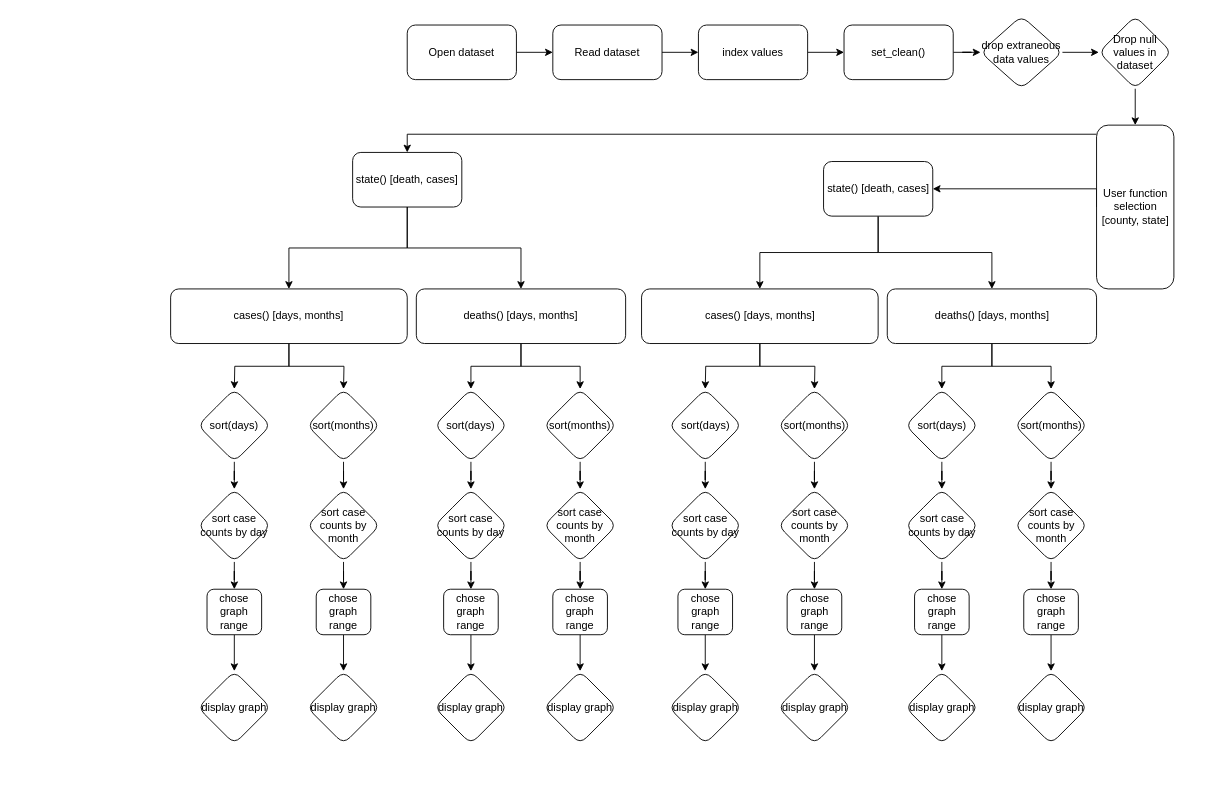
The draw.io diagram Project Flowchart.drawio in burgermanBrown/INST126_Project4_COVID_Tracker, before the edit. Source tidied: cells renumbered, new cells numbered last; positions are measured from the earlier drawing's top-left corner, leaving out a move shared by most shapes. Both pictures are drawn from the tidied source at 91%, with x=0, y=0 at pixel (170, 15).
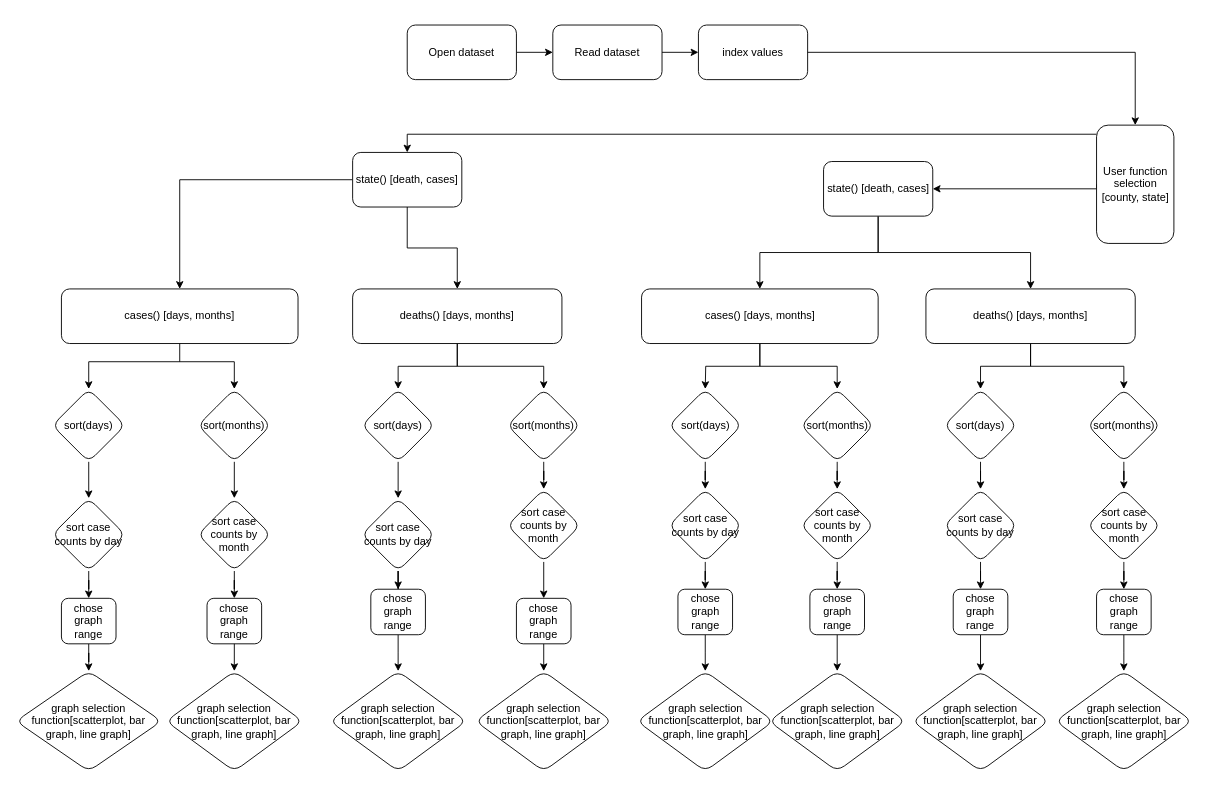
After the change.

The change refers to these unchanged cells:
```xml
<mxCell id="7" value="index values" style="whiteSpace=wrap;html=1;rounded=1;" parent="1" vertex="1">
  <mxGeometry x="580" y="10" width="120" height="60" as="geometry" />
</mxCell>
<mxCell id="56" value="cases() [days, months]" style="whiteSpace=wrap;html=1;rounded=1;" parent="1" vertex="1">
  <mxGeometry x="517.5" y="300" width="260" height="60" as="geometry" />
</mxCell>
<mxCell id="65" value="chose graph range" style="whiteSpace=wrap;html=1;rounded=1;" parent="1" vertex="1">
  <mxGeometry x="557.5" y="630" width="60" height="50" as="geometry" />
</mxCell>
```

Change to the diagram source:
```diff
@@
-    <mxCell id="6" style="edgeStyle=orthogonalEdgeStyle;rounded=0;jettySize=auto;html=1;" parent="1" edge="1" source="7" target="9">
-      <mxGeometry relative="1" as="geometry" />
-    </mxCell>
@@
-    <mxCell id="8" style="edgeStyle=orthogonalEdgeStyle;rounded=0;jettySize=auto;html=1;" parent="1" edge="1" source="9" target="11">
-      <mxGeometry relative="1" as="geometry" />
-    </mxCell>
-    <mxCell id="9" value="set_clean()" style="whiteSpace=wrap;html=1;rounded=1;" parent="1" vertex="1">
-      <mxGeometry x="740" y="10" width="120" height="60" as="geometry" />
-    </mxCell>
-    <mxCell id="10" style="edgeStyle=orthogonalEdgeStyle;rounded=0;jettySize=auto;html=1;" parent="1" edge="1" source="11" target="13">
-      <mxGeometry relative="1" as="geometry" />
-    </mxCell>
-    <mxCell id="11" value="drop extraneous data values" style="rhombus;whiteSpace=wrap;html=1;rounded=1;" parent="1" vertex="1">
-      <mxGeometry x="890" width="90" height="80" as="geometry" />
-    </mxCell>
-    <mxCell id="12" style="edgeStyle=orthogonalEdgeStyle;rounded=0;jettySize=auto;html=1;" parent="1" edge="1" source="13" target="16">
-      <mxGeometry relative="1" as="geometry" />
-    </mxCell>
-    <mxCell id="13" value="&lt;div&gt;Drop null values in dataset&lt;/div&gt;" style="rhombus;whiteSpace=wrap;html=1;rounded=1;" parent="1" vertex="1">
-      <mxGeometry x="1020" width="80" height="80" as="geometry" />
-    </mxCell>
@@
     <mxCell id="16" value="User function selection [county, state]" style="whiteSpace=wrap;html=1;rounded=1;" parent="1" vertex="1">
-      <mxGeometry x="1017.5" y="120" width="85" height="180" as="geometry" />
+      <mxGeometry x="1017.5" y="120" width="85" height="130" as="geometry" />
     </mxCell>
-    <mxCell id="17" style="edgeStyle=orthogonalEdgeStyle;rounded=0;jettySize=auto;html=1;" parent="1" edge="1" source="19">
-      <mxGeometry relative="1" as="geometry">
-        <mxPoint x="70" y="410" as="targetPoint" />
-      </mxGeometry>
-    </mxCell>
-    <mxCell id="18" style="edgeStyle=orthogonalEdgeStyle;rounded=0;jettySize=auto;html=1;" parent="1" edge="1" source="19">
-      <mxGeometry relative="1" as="geometry">
-        <mxPoint x="190" y="410" as="targetPoint" />
-      </mxGeometry>
-    </mxCell>
     <mxCell id="19" value="cases() [days, months]" style="whiteSpace=wrap;html=1;rounded=1;" parent="1" vertex="1">
-      <mxGeometry y="300" width="260" height="60" as="geometry" />
+      <mxGeometry x="-120" y="300" width="260" height="60" as="geometry" />
     </mxCell>
@@
     <mxCell id="22" value="&lt;div&gt;deaths() [days, months]&lt;br&gt;&lt;/div&gt;" style="whiteSpace=wrap;html=1;rounded=1;" parent="1" vertex="1">
-      <mxGeometry x="270" y="300" width="230" height="60" as="geometry" />
+      <mxGeometry x="200" y="300" width="230" height="60" as="geometry" />
     </mxCell>
@@
     <mxCell id="24" value="sort(days)" style="rhombus;whiteSpace=wrap;html=1;rounded=1;" parent="1" vertex="1">
-      <mxGeometry x="30" y="410" width="80" height="80" as="geometry" />
+      <mxGeometry x="-130" y="410" width="80" height="80" as="geometry" />
     </mxCell>
@@
     <mxCell id="26" value="sort case counts by day" style="rhombus;whiteSpace=wrap;html=1;rounded=1;" parent="1" vertex="1">
-      <mxGeometry x="30" y="520" width="80" height="80" as="geometry" />
+      <mxGeometry x="-130" y="530" width="80" height="80" as="geometry" />
     </mxCell>
@@
     <mxCell id="28" value="chose graph range" style="whiteSpace=wrap;html=1;rounded=1;" parent="1" vertex="1">
-      <mxGeometry x="40" y="630" width="60" height="50" as="geometry" />
+      <mxGeometry x="-120" y="640" width="60" height="50" as="geometry" />
     </mxCell>
-    <mxCell id="29" value="display graph" style="rhombus;whiteSpace=wrap;html=1;rounded=1;" parent="1" vertex="1">
-      <mxGeometry x="30" y="720" width="80" height="80" as="geometry" />
+    <mxCell id="29" value="graph selection function[scatterplot, bar graph, line graph]" style="rhombus;whiteSpace=wrap;html=1;rounded=1;" parent="1" vertex="1">
+      <mxGeometry x="-170" y="720" width="160" height="110" as="geometry" />
     </mxCell>
@@
     <mxCell id="31" value="sort(months)" style="rhombus;whiteSpace=wrap;html=1;rounded=1;" parent="1" vertex="1">
-      <mxGeometry x="150" y="410" width="80" height="80" as="geometry" />
+      <mxGeometry x="30" y="410" width="80" height="80" as="geometry" />
     </mxCell>
@@
     <mxCell id="33" value="sort case counts by month" style="rhombus;whiteSpace=wrap;html=1;rounded=1;" parent="1" vertex="1">
-      <mxGeometry x="150" y="520" width="80" height="80" as="geometry" />
+      <mxGeometry x="30" y="530" width="80" height="80" as="geometry" />
     </mxCell>
-    <mxCell id="34" style="edgeStyle=orthogonalEdgeStyle;rounded=0;jettySize=auto;html=1;" parent="1" edge="1" source="35" target="36">
-      <mxGeometry relative="1" as="geometry" />
-    </mxCell>
     <mxCell id="35" value="chose graph range" style="whiteSpace=wrap;html=1;rounded=1;" parent="1" vertex="1">
-      <mxGeometry x="160" y="630" width="60" height="50" as="geometry" />
+      <mxGeometry x="40" y="640" width="60" height="50" as="geometry" />
     </mxCell>
-    <mxCell id="36" value="display graph" style="rhombus;whiteSpace=wrap;html=1;rounded=1;" parent="1" vertex="1">
-      <mxGeometry x="150" y="720" width="80" height="80" as="geometry" />
-    </mxCell>
@@
     <mxCell id="41" value="sort(days)" style="rhombus;whiteSpace=wrap;html=1;rounded=1;" parent="1" vertex="1">
-      <mxGeometry x="290" y="410" width="80" height="80" as="geometry" />
+      <mxGeometry x="210" y="410" width="80" height="80" as="geometry" />
     </mxCell>
@@
     <mxCell id="43" value="sort case counts by day" style="rhombus;whiteSpace=wrap;html=1;rounded=1;" parent="1" vertex="1">
-      <mxGeometry x="290" y="520" width="80" height="80" as="geometry" />
+      <mxGeometry x="210" y="530" width="80" height="80" as="geometry" />
     </mxCell>
-    <mxCell id="44" style="edgeStyle=orthogonalEdgeStyle;rounded=0;jettySize=auto;html=1;" parent="1" edge="1" source="45" target="46">
-      <mxGeometry relative="1" as="geometry" />
+    <mxCell id="44" style="edgeStyle=orthogonalEdgeStyle;rounded=0;jettySize=auto;html=1;" parent="1" edge="1" source="45">
+      <mxGeometry relative="1" as="geometry">
+        <mxPoint x="250" y="720" as="targetPoint" />
+      </mxGeometry>
     </mxCell>
     <mxCell id="45" value="chose graph range" style="whiteSpace=wrap;html=1;rounded=1;" parent="1" vertex="1">
-      <mxGeometry x="300" y="630" width="60" height="50" as="geometry" />
+      <mxGeometry x="220" y="630" width="60" height="50" as="geometry" />
     </mxCell>
-    <mxCell id="46" value="display graph" style="rhombus;whiteSpace=wrap;html=1;rounded=1;" parent="1" vertex="1">
-      <mxGeometry x="290" y="720" width="80" height="80" as="geometry" />
-    </mxCell>
@@
     <mxCell id="48" value="sort(months)" style="rhombus;whiteSpace=wrap;html=1;rounded=1;" parent="1" vertex="1">
-      <mxGeometry x="410" y="410" width="80" height="80" as="geometry" />
+      <mxGeometry x="370" y="410" width="80" height="80" as="geometry" />
     </mxCell>
@@
     <mxCell id="50" value="sort case counts by month" style="rhombus;whiteSpace=wrap;html=1;rounded=1;" parent="1" vertex="1">
-      <mxGeometry x="410" y="520" width="80" height="80" as="geometry" />
+      <mxGeometry x="370" y="520" width="80" height="80" as="geometry" />
     </mxCell>
-    <mxCell id="51" style="edgeStyle=orthogonalEdgeStyle;rounded=0;jettySize=auto;html=1;" parent="1" edge="1" source="52" target="53">
-      <mxGeometry relative="1" as="geometry" />
+    <mxCell id="51" style="edgeStyle=orthogonalEdgeStyle;rounded=0;jettySize=auto;html=1;" parent="1" edge="1" source="52">
+      <mxGeometry relative="1" as="geometry">
+        <mxPoint x="410" y="720" as="targetPoint" />
+      </mxGeometry>
     </mxCell>
     <mxCell id="52" value="chose graph range" style="whiteSpace=wrap;html=1;rounded=1;" parent="1" vertex="1">
-      <mxGeometry x="420" y="630" width="60" height="50" as="geometry" />
+      <mxGeometry x="380" y="640" width="60" height="50" as="geometry" />
     </mxCell>
-    <mxCell id="53" value="display graph" style="rhombus;whiteSpace=wrap;html=1;rounded=1;" parent="1" vertex="1">
-      <mxGeometry x="410" y="720" width="80" height="80" as="geometry" />
-    </mxCell>
@@
-    <mxCell id="55" style="edgeStyle=orthogonalEdgeStyle;rounded=0;jettySize=auto;html=1;" parent="1" edge="1" source="56">
-      <mxGeometry relative="1" as="geometry">
-        <mxPoint x="707.5" y="410" as="targetPoint" />
-      </mxGeometry>
+    <mxCell id="55" style="edgeStyle=orthogonalEdgeStyle;rounded=0;jettySize=auto;html=1;entryX=0.5;entryY=0;entryDx=0;entryDy=0;" parent="1" edge="1" source="56" target="68">
+      <mxGeometry relative="1" as="geometry" />
     </mxCell>
@@
     <mxCell id="59" value="&lt;div&gt;deaths() [days, months]&lt;br&gt;&lt;/div&gt;" style="whiteSpace=wrap;html=1;rounded=1;" parent="1" vertex="1">
-      <mxGeometry x="787.5" y="300" width="230" height="60" as="geometry" />
+      <mxGeometry x="830" y="300" width="230" height="60" as="geometry" />
     </mxCell>
@@
-    <mxCell id="64" style="edgeStyle=orthogonalEdgeStyle;rounded=0;jettySize=auto;html=1;" parent="1" edge="1" source="65" target="66">
-      <mxGeometry relative="1" as="geometry" />
+    <mxCell id="64" style="edgeStyle=orthogonalEdgeStyle;rounded=0;jettySize=auto;html=1;" parent="1" edge="1" source="65">
+      <mxGeometry relative="1" as="geometry">
+        <mxPoint x="587.5" y="720" as="targetPoint" />
+      </mxGeometry>
     </mxCell>
@@
-    <mxCell id="66" value="display graph" style="rhombus;whiteSpace=wrap;html=1;rounded=1;" parent="1" vertex="1">
-      <mxGeometry x="547.5" y="720" width="80" height="80" as="geometry" />
-    </mxCell>
@@
     <mxCell id="68" value="sort(months)" style="rhombus;whiteSpace=wrap;html=1;rounded=1;" parent="1" vertex="1">
-      <mxGeometry x="667.5" y="410" width="80" height="80" as="geometry" />
+      <mxGeometry x="692.5" y="410" width="80" height="80" as="geometry" />
     </mxCell>
@@
     <mxCell id="70" value="sort case counts by month" style="rhombus;whiteSpace=wrap;html=1;rounded=1;" parent="1" vertex="1">
-      <mxGeometry x="667.5" y="520" width="80" height="80" as="geometry" />
+      <mxGeometry x="692.5" y="520" width="80" height="80" as="geometry" />
     </mxCell>
-    <mxCell id="71" style="edgeStyle=orthogonalEdgeStyle;rounded=0;jettySize=auto;html=1;" parent="1" edge="1" source="72" target="73">
+    <mxCell id="71" style="edgeStyle=orthogonalEdgeStyle;rounded=0;jettySize=auto;html=1;entryX=0.5;entryY=0;entryDx=0;entryDy=0;" parent="1" edge="1" source="72" target="98">
       <mxGeometry relative="1" as="geometry" />
     </mxCell>
     <mxCell id="72" value="chose graph range" style="whiteSpace=wrap;html=1;rounded=1;" parent="1" vertex="1">
-      <mxGeometry x="677.5" y="630" width="60" height="50" as="geometry" />
+      <mxGeometry x="702.5" y="630" width="60" height="50" as="geometry" />
     </mxCell>
-    <mxCell id="73" value="display graph" style="rhombus;whiteSpace=wrap;html=1;rounded=1;" parent="1" vertex="1">
-      <mxGeometry x="667.5" y="720" width="80" height="80" as="geometry" />
-    </mxCell>
@@
     <mxCell id="78" value="sort(days)" style="rhombus;whiteSpace=wrap;html=1;rounded=1;" parent="1" vertex="1">
-      <mxGeometry x="807.5" y="410" width="80" height="80" as="geometry" />
+      <mxGeometry x="850" y="410" width="80" height="80" as="geometry" />
     </mxCell>
@@
     <mxCell id="80" value="sort case counts by day" style="rhombus;whiteSpace=wrap;html=1;rounded=1;" parent="1" vertex="1">
-      <mxGeometry x="807.5" y="520" width="80" height="80" as="geometry" />
+      <mxGeometry x="850" y="520" width="80" height="80" as="geometry" />
     </mxCell>
-    <mxCell id="81" style="edgeStyle=orthogonalEdgeStyle;rounded=0;jettySize=auto;html=1;" parent="1" edge="1" source="82" target="83">
+    <mxCell id="81" style="edgeStyle=orthogonalEdgeStyle;rounded=0;jettySize=auto;html=1;entryX=0.5;entryY=0;entryDx=0;entryDy=0;" parent="1" edge="1" source="82" target="99">
       <mxGeometry relative="1" as="geometry" />
     </mxCell>
     <mxCell id="82" value="chose graph range" style="whiteSpace=wrap;html=1;rounded=1;" parent="1" vertex="1">
-      <mxGeometry x="817.5" y="630" width="60" height="50" as="geometry" />
+      <mxGeometry x="860" y="630" width="60" height="50" as="geometry" />
     </mxCell>
-    <mxCell id="83" value="display graph" style="rhombus;whiteSpace=wrap;html=1;rounded=1;" parent="1" vertex="1">
-      <mxGeometry x="807.5" y="720" width="80" height="80" as="geometry" />
-    </mxCell>
@@
     <mxCell id="85" value="sort(months)" style="rhombus;whiteSpace=wrap;html=1;rounded=1;" parent="1" vertex="1">
-      <mxGeometry x="927.5" y="410" width="80" height="80" as="geometry" />
+      <mxGeometry x="1007.5" y="410" width="80" height="80" as="geometry" />
     </mxCell>
@@
     <mxCell id="87" value="sort case counts by month" style="rhombus;whiteSpace=wrap;html=1;rounded=1;" parent="1" vertex="1">
-      <mxGeometry x="927.5" y="520" width="80" height="80" as="geometry" />
+      <mxGeometry x="1007.5" y="520" width="80" height="80" as="geometry" />
     </mxCell>
-    <mxCell id="88" style="edgeStyle=orthogonalEdgeStyle;rounded=0;jettySize=auto;html=1;" parent="1" edge="1" source="89" target="90">
-      <mxGeometry relative="1" as="geometry" />
+    <mxCell id="88" style="edgeStyle=orthogonalEdgeStyle;rounded=0;jettySize=auto;html=1;" parent="1" edge="1" source="89">
+      <mxGeometry relative="1" as="geometry">
+        <mxPoint x="1047.5" y="720" as="targetPoint" />
+      </mxGeometry>
     </mxCell>
     <mxCell id="89" value="chose graph range" style="whiteSpace=wrap;html=1;rounded=1;" parent="1" vertex="1">
-      <mxGeometry x="937.5" y="630" width="60" height="50" as="geometry" />
+      <mxGeometry x="1017.5" y="630" width="60" height="50" as="geometry" />
     </mxCell>
-    <mxCell id="90" value="display graph" style="rhombus;whiteSpace=wrap;html=1;rounded=1;" parent="1" vertex="1">
-      <mxGeometry x="927.5" y="720" width="80" height="80" as="geometry" />
-    </mxCell>
+    <mxCell id="91" value="graph selection function[scatterplot, bar graph, line graph]" style="rhombus;whiteSpace=wrap;html=1;rounded=1;" parent="1" vertex="1">
+      <mxGeometry x="-5" y="720" width="150" height="110" as="geometry" />
+    </mxCell>
+    <mxCell id="92" style="endArrow=classic;html=1;exitX=0.5;exitY=1;exitDx=0;exitDy=0;" parent="1" edge="1" source="35" target="91">
+      <mxGeometry relative="1" as="geometry" />
+    </mxCell>
+    <mxCell id="93" value="graph selection function[scatterplot, bar graph, line graph]" style="rhombus;whiteSpace=wrap;html=1;rounded=1;" parent="1" vertex="1">
+      <mxGeometry x="175" y="720" width="150" height="110" as="geometry" />
+    </mxCell>
+    <mxCell id="94" value="graph selection function[scatterplot, bar graph, line graph]" style="rhombus;whiteSpace=wrap;html=1;rounded=1;" parent="1" vertex="1">
+      <mxGeometry x="335" y="720" width="150" height="110" as="geometry" />
+    </mxCell>
+    <mxCell id="95" style="endArrow=none;html=1;exitX=1;exitY=0.5;exitDx=0;exitDy=0;" parent="1" edge="1" source="7">
+      <mxGeometry relative="1" as="geometry">
+        <mxPoint x="1060" y="40" as="targetPoint" />
+      </mxGeometry>
+    </mxCell>
+    <mxCell id="96" style="endArrow=classic;html=1;entryX=0.5;entryY=0;entryDx=0;entryDy=0;" parent="1" edge="1" target="16">
+      <mxGeometry relative="1" as="geometry">
+        <mxPoint x="1060" y="40" as="sourcePoint" />
+      </mxGeometry>
+    </mxCell>
+    <mxCell id="97" value="graph selection function[scatterplot, bar graph, line graph]" style="rhombus;whiteSpace=wrap;html=1;rounded=1;" parent="1" vertex="1">
+      <mxGeometry x="512.5" y="720" width="150" height="110" as="geometry" />
+    </mxCell>
+    <mxCell id="98" value="graph selection function[scatterplot, bar graph, line graph]" style="rhombus;whiteSpace=wrap;html=1;rounded=1;" parent="1" vertex="1">
+      <mxGeometry x="657.5" y="720" width="150" height="110" as="geometry" />
+    </mxCell>
+    <mxCell id="99" value="graph selection function[scatterplot, bar graph, line graph]" style="rhombus;whiteSpace=wrap;html=1;rounded=1;" parent="1" vertex="1">
+      <mxGeometry x="815" y="720" width="150" height="110" as="geometry" />
+    </mxCell>
+    <mxCell id="100" value="graph selection function[scatterplot, bar graph, line graph]" style="rhombus;whiteSpace=wrap;html=1;rounded=1;" parent="1" vertex="1">
+      <mxGeometry x="972.5" y="720" width="150" height="110" as="geometry" />
+    </mxCell>
+    <mxCell id="101" style="endArrow=none;html=1;exitX=0.5;exitY=1;exitDx=0;exitDy=0;" parent="1" edge="1" source="19">
+      <mxGeometry relative="1" as="geometry">
+        <mxPoint x="10" y="380" as="targetPoint" />
+      </mxGeometry>
+    </mxCell>
+    <mxCell id="102" style="endArrow=classic;html=1;entryX=0.5;entryY=0;entryDx=0;entryDy=0;" parent="1" edge="1" target="24">
+      <mxGeometry relative="1" as="geometry">
+        <mxPoint x="-90" y="380" as="sourcePoint" />
+      </mxGeometry>
+    </mxCell>
+    <mxCell id="103" style="endArrow=classic;html=1;entryX=0.5;entryY=0;entryDx=0;entryDy=0;" parent="1" edge="1" target="31">
+      <mxGeometry relative="1" as="geometry">
+        <mxPoint x="70" y="380" as="sourcePoint" />
+      </mxGeometry>
+    </mxCell>
+    <mxCell id="104" style="endArrow=none;html=1;" parent="1" edge="1">
+      <mxGeometry relative="1" as="geometry">
+        <mxPoint x="-90" y="380" as="sourcePoint" />
+        <mxPoint x="70" y="380" as="targetPoint" />
+      </mxGeometry>
+    </mxCell>
```
